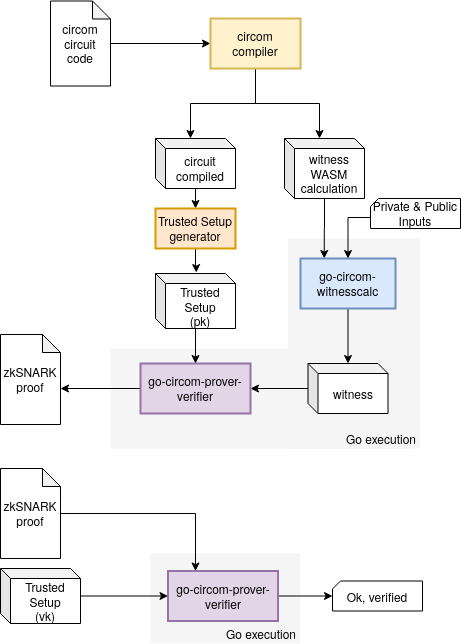
iden3/go-zksnark-full-flow-example keeps this draw.io diagram as go-zksnark-flow.png. Above is the earlier version. Source tidied: cells renumbered, new cells last; positions are measured from the earlier drawing's top-left corner, leaving out a move shared by most shapes. The source it was exported from:
```xml
<mxGraphModel>
  <root>
    <mxCell id="0" />
    <mxCell id="1" parent="0" />
    <mxCell id="2" style="rounded=0;whiteSpace=wrap;html=1;strokeWidth=1;fillColor=#f5f5f5;strokeColor=none;fontColor=#333333;" parent="1" vertex="1">
      <mxGeometry x="150" y="553" width="150" height="90" as="geometry" />
    </mxCell>
    <mxCell id="3" style="rounded=0;whiteSpace=wrap;html=1;strokeWidth=1;fillColor=#f5f5f5;strokeColor=none;fontColor=#333333;" parent="1" vertex="1">
      <mxGeometry x="110" y="348" width="297.5" height="100" as="geometry" />
    </mxCell>
    <mxCell id="4" style="rounded=0;whiteSpace=wrap;html=1;strokeWidth=1;fillColor=#f5f5f5;strokeColor=none;fontColor=#333333;" parent="1" vertex="1">
      <mxGeometry x="287.5" y="238" width="132.5" height="210" as="geometry" />
    </mxCell>
    <mxCell id="5" style="edgeStyle=orthogonalEdgeStyle;rounded=0;jettySize=auto;html=1;entryX=0;entryY=0.5;entryDx=0;entryDy=0;" parent="1" edge="1" source="6" target="9">
      <mxGeometry relative="1" as="geometry" />
    </mxCell>
    <mxCell id="6" value="&lt;div&gt;circom&lt;/div&gt;&lt;div&gt;circuit&lt;br&gt;&lt;/div&gt;&lt;div&gt;code&lt;br&gt;&lt;/div&gt;" style="shape=note;whiteSpace=wrap;html=1;backgroundOutline=1;darkOpacity=0.05;size=18;" parent="1" vertex="1">
      <mxGeometry x="50" y="0.5" width="60" height="85" as="geometry" />
    </mxCell>
    <mxCell id="7" style="edgeStyle=orthogonalEdgeStyle;rounded=0;jettySize=auto;html=1;entryX=0;entryY=0;entryDx=35;entryDy=0;entryPerimeter=0;" parent="1" edge="1" source="9" target="27">
      <mxGeometry relative="1" as="geometry" />
    </mxCell>
    <mxCell id="8" style="edgeStyle=orthogonalEdgeStyle;rounded=0;jettySize=auto;html=1;entryX=0;entryY=0;entryDx=35;entryDy=0;entryPerimeter=0;" parent="1" edge="1" source="9" target="12">
      <mxGeometry relative="1" as="geometry" />
    </mxCell>
    <mxCell id="9" value="&lt;div&gt;circom&lt;/div&gt;&lt;div&gt;compiler&lt;br&gt;&lt;/div&gt;" style="rounded=0;whiteSpace=wrap;html=1;fillColor=#fff2cc;strokeColor=#d6b656;strokeWidth=2;" parent="1" vertex="1">
      <mxGeometry x="210" y="18" width="90" height="50" as="geometry" />
    </mxCell>
    <mxCell id="10" style="edgeStyle=orthogonalEdgeStyle;rounded=0;jettySize=auto;html=1;entryX=0.5;entryY=0;entryDx=0;entryDy=0;exitX=0;exitY=0;exitDx=45;exitDy=50;exitPerimeter=0;" parent="1" edge="1" source="27" target="21">
      <mxGeometry relative="1" as="geometry" />
    </mxCell>
    <mxCell id="11" style="edgeStyle=orthogonalEdgeStyle;rounded=0;jettySize=auto;html=1;entryX=0.25;entryY=0;entryDx=0;entryDy=0;" parent="1" edge="1" source="12" target="14">
      <mxGeometry relative="1" as="geometry" />
    </mxCell>
    <mxCell id="12" value="witness&lt;br&gt;&lt;div&gt;WASM&lt;/div&gt;&lt;div&gt;calculation&lt;br&gt;&lt;/div&gt;" style="shape=cube;whiteSpace=wrap;html=1;boundedLbl=1;backgroundOutline=1;darkOpacity=0.05;darkOpacity2=0.1;size=10;" parent="1" vertex="1">
      <mxGeometry x="284" y="138" width="80" height="60" as="geometry" />
    </mxCell>
    <mxCell id="13" style="edgeStyle=orthogonalEdgeStyle;rounded=0;jettySize=auto;html=1;" parent="1" edge="1" source="14" target="16">
      <mxGeometry relative="1" as="geometry" />
    </mxCell>
    <mxCell id="14" value="go-circom-witnesscalc" style="rounded=0;whiteSpace=wrap;html=1;fillColor=#dae8fc;strokeColor=#6c8ebf;strokeWidth=2;" parent="1" vertex="1">
      <mxGeometry x="300" y="258" width="95" height="50" as="geometry" />
    </mxCell>
    <mxCell id="15" style="edgeStyle=orthogonalEdgeStyle;rounded=0;jettySize=auto;html=1;entryX=1;entryY=0.5;entryDx=0;entryDy=0;" parent="1" edge="1" source="16" target="18">
      <mxGeometry relative="1" as="geometry" />
    </mxCell>
    <mxCell id="16" value="witness" style="shape=cube;whiteSpace=wrap;html=1;boundedLbl=1;backgroundOutline=1;darkOpacity=0.05;darkOpacity2=0.1;size=10;" parent="1" vertex="1">
      <mxGeometry x="307.5" y="363" width="80" height="50" as="geometry" />
    </mxCell>
    <mxCell id="17" style="edgeStyle=orthogonalEdgeStyle;rounded=0;jettySize=auto;html=1;exitX=0;exitY=0.5;exitDx=0;exitDy=0;entryX=0;entryY=0;entryDx=60;entryDy=54;entryPerimeter=0;" parent="1" edge="1" source="18" target="19">
      <mxGeometry relative="1" as="geometry" />
    </mxCell>
    <mxCell id="18" value="go-circom-prover-verifier" style="rounded=0;whiteSpace=wrap;html=1;fillColor=#e1d5e7;strokeColor=#9673a6;strokeWidth=2;" parent="1" vertex="1">
      <mxGeometry x="140" y="363" width="110" height="50" as="geometry" />
    </mxCell>
    <mxCell id="19" value="&lt;div&gt;zkSNARK&lt;/div&gt;&lt;div&gt;proof&lt;br&gt;&lt;/div&gt;" style="shape=note;whiteSpace=wrap;html=1;backgroundOutline=1;darkOpacity=0.05;size=18;" parent="1" vertex="1">
      <mxGeometry y="334" width="60" height="90" as="geometry" />
    </mxCell>
    <mxCell id="20" style="edgeStyle=orthogonalEdgeStyle;rounded=0;jettySize=auto;html=1;entryX=0.509;entryY=-0.017;entryDx=0;entryDy=0;entryPerimeter=0;" parent="1" edge="1" source="21" target="23">
      <mxGeometry relative="1" as="geometry" />
    </mxCell>
    <mxCell id="21" value="&lt;div&gt;Trusted Setup&lt;br&gt;&lt;/div&gt;&lt;div&gt;generator&lt;br&gt;&lt;/div&gt;" style="rounded=0;whiteSpace=wrap;html=1;fillColor=#ffe6cc;strokeColor=#d79b00;strokeWidth=2;" parent="1" vertex="1">
      <mxGeometry x="155" y="208" width="80" height="40" as="geometry" />
    </mxCell>
    <mxCell id="22" style="edgeStyle=orthogonalEdgeStyle;rounded=0;jettySize=auto;html=1;entryX=0.5;entryY=0;entryDx=0;entryDy=0;" parent="1" edge="1" source="23" target="18">
      <mxGeometry relative="1" as="geometry" />
    </mxCell>
    <mxCell id="23" value="&lt;div&gt;Trusted Setup&lt;/div&gt;&lt;div&gt;(pk)&lt;/div&gt;" style="shape=cube;whiteSpace=wrap;html=1;boundedLbl=1;backgroundOutline=1;darkOpacity=0.05;darkOpacity2=0.1;size=10;" parent="1" vertex="1">
      <mxGeometry x="155" y="273" width="80" height="55" as="geometry" />
    </mxCell>
    <mxCell id="24" style="edgeStyle=orthogonalEdgeStyle;rounded=0;jettySize=auto;html=1;exitX=0;exitY=0;exitDx=0;exitDy=19;exitPerimeter=0;" parent="1" edge="1" source="25" target="14">
      <mxGeometry relative="1" as="geometry" />
    </mxCell>
    <mxCell id="25" value="&lt;div&gt;Private &amp;amp; Public&lt;/div&gt;&lt;div&gt;Inputs&lt;br&gt;&lt;/div&gt;" style="shape=card;whiteSpace=wrap;html=1;strokeWidth=1;size=8;" parent="1" vertex="1">
      <mxGeometry x="370" y="198" width="90" height="30" as="geometry" />
    </mxCell>
    <mxCell id="26" value="Go execution" style="text;html=1;strokeColor=none;fillColor=none;align=center;verticalAlign=middle;whiteSpace=wrap;rounded=0;" parent="1" vertex="1">
      <mxGeometry x="342" y="428" width="78" height="20" as="geometry" />
    </mxCell>
    <mxCell id="27" value="&lt;div&gt;circuit&lt;/div&gt;&lt;div&gt;compiled&lt;br&gt;&lt;/div&gt;" style="shape=cube;whiteSpace=wrap;html=1;boundedLbl=1;backgroundOutline=1;darkOpacity=0.05;darkOpacity2=0.1;size=10;" parent="1" vertex="1">
      <mxGeometry x="155" y="138" width="80" height="50" as="geometry" />
    </mxCell>
    <mxCell id="28" style="edgeStyle=orthogonalEdgeStyle;rounded=0;jettySize=auto;html=1;" parent="1" edge="1" source="29" target="34">
      <mxGeometry relative="1" as="geometry" />
    </mxCell>
    <mxCell id="29" value="go-circom-prover-verifier" style="rounded=0;whiteSpace=wrap;html=1;fillColor=#e1d5e7;strokeColor=#9673a6;strokeWidth=2;" parent="1" vertex="1">
      <mxGeometry x="167.5" y="570.5" width="110" height="50" as="geometry" />
    </mxCell>
    <mxCell id="30" style="edgeStyle=orthogonalEdgeStyle;rounded=0;jettySize=auto;html=1;entryX=0;entryY=0.5;entryDx=0;entryDy=0;" parent="1" edge="1" source="31" target="29">
      <mxGeometry relative="1" as="geometry" />
    </mxCell>
    <mxCell id="31" value="&lt;div&gt;Trusted Setup&lt;/div&gt;&lt;div&gt;(vk)&lt;/div&gt;" style="shape=cube;whiteSpace=wrap;html=1;boundedLbl=1;backgroundOutline=1;darkOpacity=0.05;darkOpacity2=0.1;size=10;" parent="1" vertex="1">
      <mxGeometry y="568" width="80" height="55" as="geometry" />
    </mxCell>
    <mxCell id="32" style="edgeStyle=orthogonalEdgeStyle;rounded=0;jettySize=auto;html=1;entryX=0.25;entryY=0;entryDx=0;entryDy=0;" parent="1" edge="1" source="33" target="29">
      <mxGeometry relative="1" as="geometry" />
    </mxCell>
    <mxCell id="33" value="&lt;div&gt;zkSNARK&lt;/div&gt;&lt;div&gt;proof&lt;br&gt;&lt;/div&gt;" style="shape=note;whiteSpace=wrap;html=1;backgroundOutline=1;darkOpacity=0.05;size=18;" parent="1" vertex="1">
      <mxGeometry y="468" width="60" height="90" as="geometry" />
    </mxCell>
    <mxCell id="34" value="Ok, verified" style="shape=card;whiteSpace=wrap;html=1;strokeWidth=1;size=8;" parent="1" vertex="1">
      <mxGeometry x="332" y="580.5" width="90" height="30" as="geometry" />
    </mxCell>
    <mxCell id="35" value="Go execution" style="text;html=1;strokeColor=none;fillColor=none;align=center;verticalAlign=middle;whiteSpace=wrap;rounded=0;" parent="1" vertex="1">
      <mxGeometry x="222" y="623" width="78" height="20" as="geometry" />
    </mxCell>
  </root>
</mxGraphModel>
```
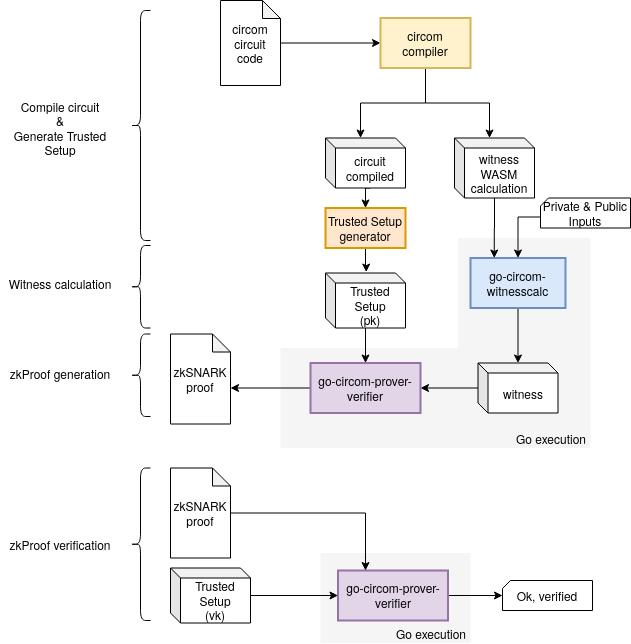
The same file after the commit.

Commit message:
Update prints, flow completed, error between witness and proof public-signals

The edit, as a diff of the source:
```diff
@@ -104,5 +104,29 @@
     <mxCell id="35" value="Go execution" style="text;html=1;strokeColor=none;fillColor=none;align=center;verticalAlign=middle;whiteSpace=wrap;rounded=0;" parent="1" vertex="1">
       <mxGeometry x="222" y="623" width="78" height="20" as="geometry" />
     </mxCell>
+    <mxCell id="36" style="shape=curlyBracket;whiteSpace=wrap;html=1;rounded=1;" parent="1" vertex="1">
+      <mxGeometry x="-40" y="10.5" width="20" height="230" as="geometry" />
+    </mxCell>
+    <mxCell id="37" value="&lt;div&gt;Compile circuit&lt;/div&gt;&lt;div&gt;&amp;amp;&lt;/div&gt;&lt;div&gt;Generate Trusted Setup&lt;br&gt;&lt;/div&gt;" style="text;html=1;strokeColor=none;fillColor=none;align=center;verticalAlign=middle;whiteSpace=wrap;rounded=0;" parent="1" vertex="1">
+      <mxGeometry x="-170" y="118" width="120" height="20" as="geometry" />
+    </mxCell>
+    <mxCell id="38" style="shape=curlyBracket;whiteSpace=wrap;html=1;rounded=1;" parent="1" vertex="1">
+      <mxGeometry x="-40" y="245.5" width="20" height="82.5" as="geometry" />
+    </mxCell>
+    <mxCell id="39" value="Witness calculation" style="text;html=1;strokeColor=none;fillColor=none;align=center;verticalAlign=middle;whiteSpace=wrap;rounded=0;" parent="1" vertex="1">
+      <mxGeometry x="-170" y="273" width="120" height="20" as="geometry" />
+    </mxCell>
+    <mxCell id="40" style="shape=curlyBracket;whiteSpace=wrap;html=1;rounded=1;" parent="1" vertex="1">
+      <mxGeometry x="-40" y="334" width="20" height="82.5" as="geometry" />
+    </mxCell>
+    <mxCell id="41" value="zkProof generation" style="text;html=1;strokeColor=none;fillColor=none;align=center;verticalAlign=middle;whiteSpace=wrap;rounded=0;" parent="1" vertex="1">
+      <mxGeometry x="-170" y="363" width="120" height="20" as="geometry" />
+    </mxCell>
+    <mxCell id="42" style="shape=curlyBracket;whiteSpace=wrap;html=1;rounded=1;" parent="1" vertex="1">
+      <mxGeometry x="-40" y="468" width="20" height="152.5" as="geometry" />
+    </mxCell>
+    <mxCell id="43" value="zkProof verification" style="text;html=1;strokeColor=none;fillColor=none;align=center;verticalAlign=middle;whiteSpace=wrap;rounded=0;" parent="1" vertex="1">
+      <mxGeometry x="-170" y="534.2" width="120" height="20" as="geometry" />
+    </mxCell>
   </root>
 </mxGraphModel>
```
